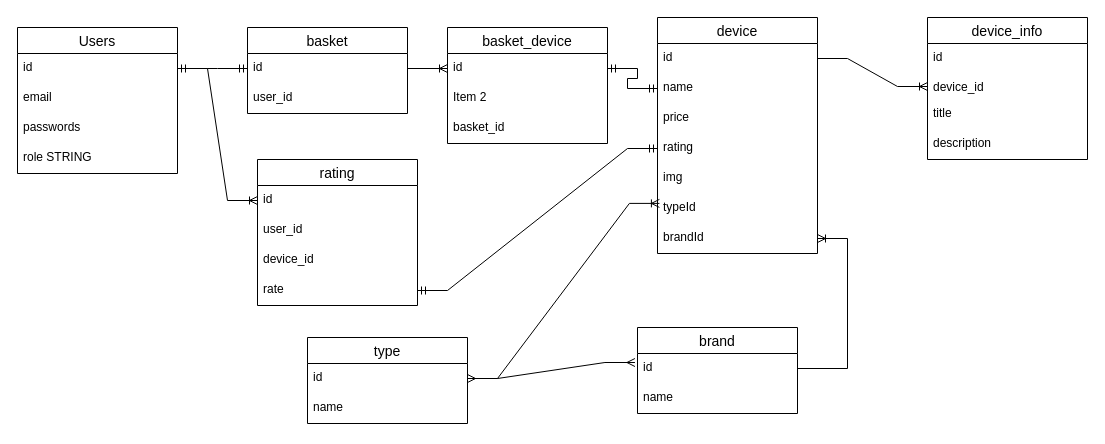
This is DB_online_store.drawio from OlegBayrak/shop_project, a draw.io file, before an edit. Source tidied: cells renumbered, new cells numbered last; positions are measured from the earlier drawing's top-left corner, leaving out a move shared by most shapes. Both pictures are drawn from the tidied source at 100%, with x=0, y=0 at pixel (17, 17).
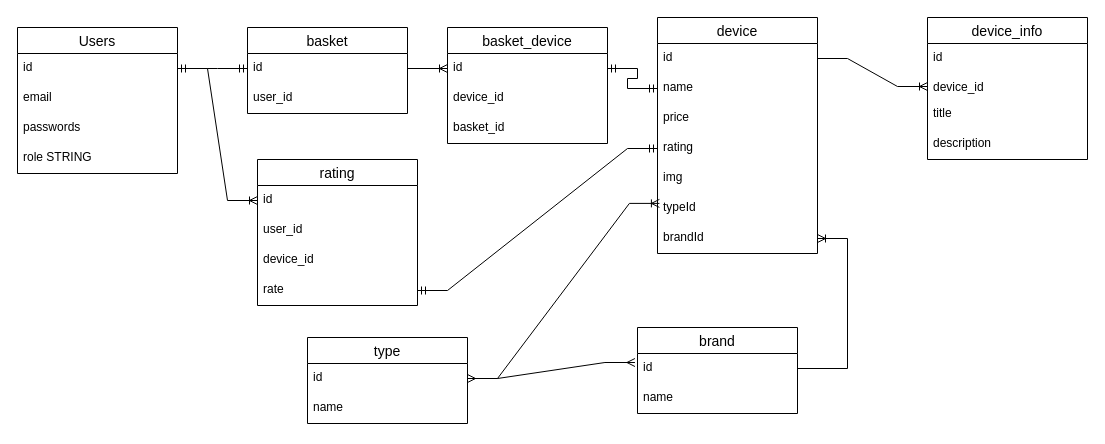
Above is the later version.

Unchanged cells that the change refers to:
```xml
<mxCell id="34" value="basket_device" style="swimlane;fontStyle=0;horizontal=1;startSize=26;align=center;fontSize=14;" parent="1" vertex="1">
  <mxGeometry x="430" y="10" width="160" height="116" as="geometry" />
</mxCell>
```

Change to the diagram source:
```diff
@@
-    <mxCell id="36" value="Item 2" style="text;strokeColor=none;fillColor=none;spacingLeft=4;spacingRight=4;overflow=hidden;fontSize=12;whiteSpace=wrap;html=1;" parent="34" vertex="1">
+    <mxCell id="36" value="device_id" style="text;strokeColor=none;fillColor=none;spacingLeft=4;spacingRight=4;overflow=hidden;fontSize=12;whiteSpace=wrap;html=1;" parent="34" vertex="1">
       <mxGeometry y="56" width="160" height="30" as="geometry" />
     </mxCell>
```
